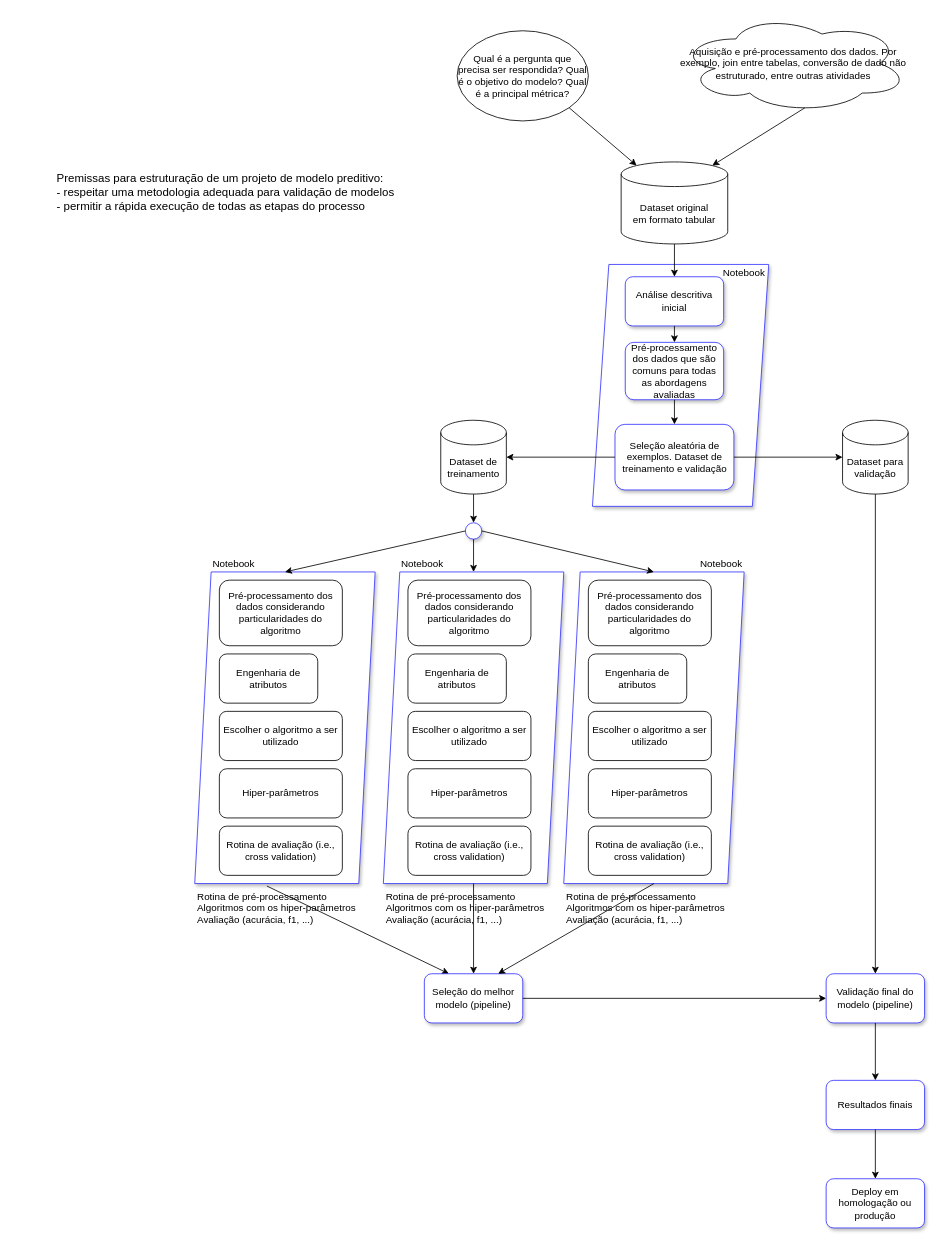
This is doc/process.drawio from fbarth/ml-course, a draw.io file, before an edit. Source tidied: cells renumbered, new cells numbered last; positions are measured from the earlier drawing's top-left corner, leaving out a move shared by most shapes. Both pictures are drawn from the tidied source at 82%, with x=0, y=0 at pixel (55, 14).
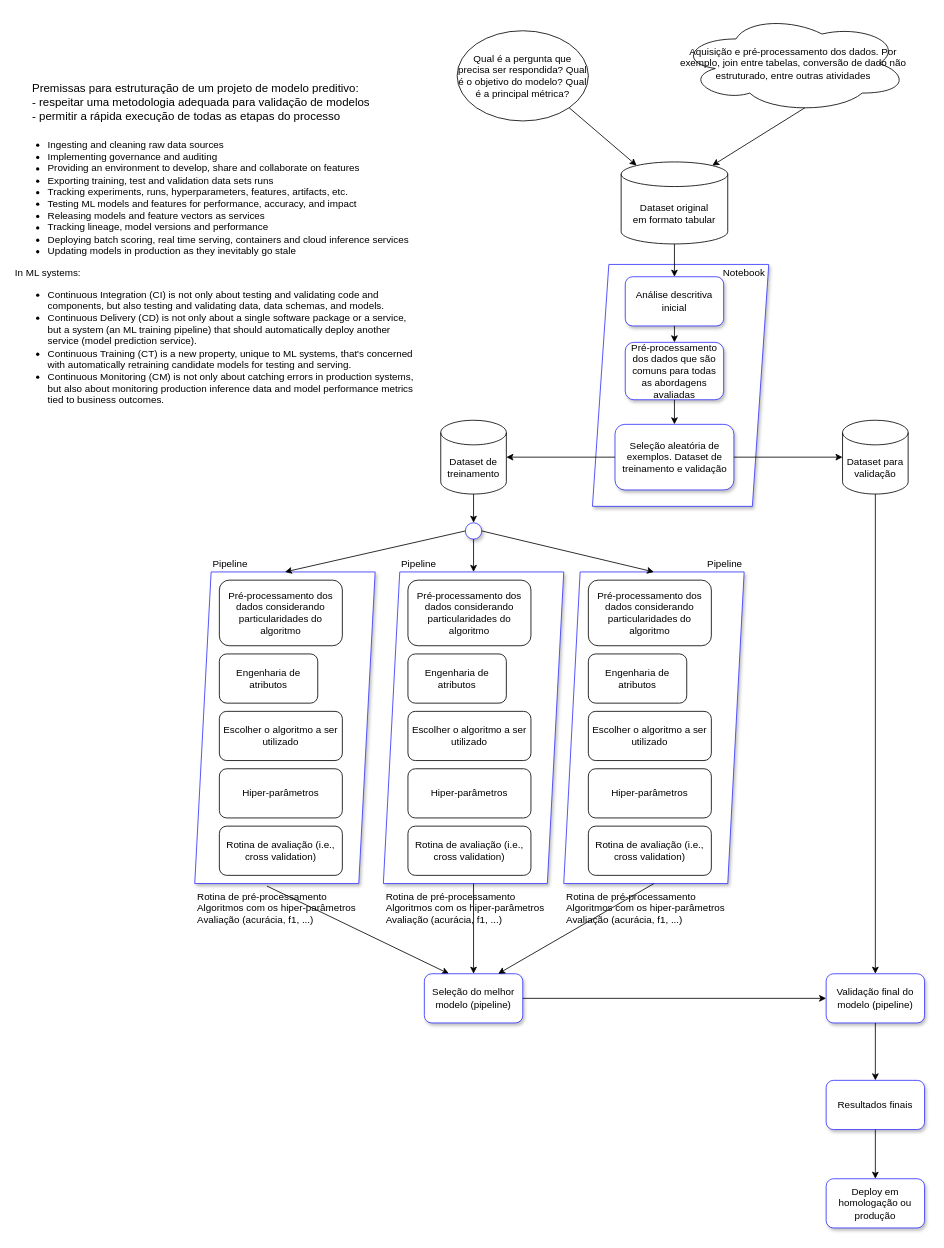
Above is the later version.

What changed in the source:
```diff
@@
     <mxCell id="16" value="&lt;font style=&quot;font-size: 14px&quot;&gt;&lt;br&gt;&lt;br&gt;&lt;br&gt;Premissas para estruturação de um projeto de modelo preditivo:&amp;nbsp;&lt;br&gt;- respeitar uma metodologia adequada para validação de modelos&lt;br&gt;- permitir a rápida execução de todas as etapas do processo&lt;br&gt;&lt;br&gt;&lt;/font&gt;" style="text;html=1;strokeColor=none;fillColor=none;align=left;verticalAlign=middle;whiteSpace=wrap;rounded=0;" parent="1" vertex="1">
-      <mxGeometry y="190" width="585" height="20" as="geometry" />
+      <mxGeometry x="-30" y="80" width="585" height="20" as="geometry" />
     </mxCell>
@@
-    <mxCell id="49" value="Notebook" style="text;html=1;strokeColor=none;fillColor=none;align=left;verticalAlign=middle;whiteSpace=wrap;rounded=0;shadow=1;" parent="1" vertex="1">
+    <mxCell id="49" value="Pipeline" style="text;html=1;strokeColor=none;fillColor=none;align=left;verticalAlign=middle;whiteSpace=wrap;rounded=0;shadow=1;" parent="1" vertex="1">
       <mxGeometry x="190" y="660" width="100" height="20" as="geometry" />
     </mxCell>
-    <mxCell id="50" value="Notebook" style="text;html=1;strokeColor=none;fillColor=none;align=left;verticalAlign=middle;whiteSpace=wrap;rounded=0;shadow=1;" parent="1" vertex="1">
+    <mxCell id="50" value="Pipeline" style="text;html=1;strokeColor=none;fillColor=none;align=left;verticalAlign=middle;whiteSpace=wrap;rounded=0;shadow=1;" parent="1" vertex="1">
       <mxGeometry x="420" y="660" width="100" height="20" as="geometry" />
     </mxCell>
-    <mxCell id="51" value="Notebook" style="text;html=1;strokeColor=none;fillColor=none;align=right;verticalAlign=middle;whiteSpace=wrap;rounded=0;shadow=1;" parent="1" vertex="1">
+    <mxCell id="51" value="Pipeline" style="text;html=1;strokeColor=none;fillColor=none;align=right;verticalAlign=middle;whiteSpace=wrap;rounded=0;shadow=1;" parent="1" vertex="1">
       <mxGeometry x="740" y="660" width="100" height="20" as="geometry" />
     </mxCell>
@@
+    <mxCell id="63" value="&lt;br&gt;&lt;ul class=&quot;ul1&quot;&gt;&lt;li class=&quot;li1&quot; style=&quot;text-align: left&quot;&gt;&lt;span class=&quot;s1&quot;&gt;&lt;/span&gt;Ingesting and cleaning raw data sources&lt;br&gt;&lt;/li&gt;&lt;li class=&quot;li1&quot; style=&quot;text-align: left&quot;&gt;&lt;span class=&quot;s1&quot;&gt;&lt;/span&gt;Implementing governance and auditing&lt;br&gt;&lt;/li&gt;&lt;li class=&quot;li1&quot; style=&quot;text-align: left&quot;&gt;&lt;span class=&quot;s1&quot;&gt;&lt;/span&gt;Providing an environment to develop, share and collaborate on features&lt;br&gt;&lt;/li&gt;&lt;li class=&quot;li1&quot; style=&quot;text-align: left&quot;&gt;&lt;span class=&quot;s1&quot;&gt;&lt;/span&gt;Exporting training, test and validation data sets runs&lt;br&gt;&lt;/li&gt;&lt;li class=&quot;li1&quot; style=&quot;text-align: left&quot;&gt;&lt;span class=&quot;s1&quot;&gt;&lt;/span&gt;Tracking experiments, runs, hyperparameters, features, artifacts, etc.&lt;br&gt;&lt;/li&gt;&lt;li class=&quot;li1&quot; style=&quot;text-align: left&quot;&gt;&lt;span class=&quot;s1&quot;&gt;&lt;/span&gt;Testing ML models and features for performance, accuracy, and impact&lt;br&gt;&lt;/li&gt;&lt;li class=&quot;li1&quot; style=&quot;text-align: left&quot;&gt;&lt;span class=&quot;s1&quot;&gt;&lt;/span&gt;Releasing models and feature vectors as services&lt;br&gt;&lt;/li&gt;&lt;li class=&quot;li1&quot; style=&quot;text-align: left&quot;&gt;&lt;span class=&quot;s1&quot;&gt;&lt;/span&gt;Tracking lineage, model versions and performance&lt;br&gt;&lt;/li&gt;&lt;li class=&quot;li1&quot;&gt;&lt;div style=&quot;text-align: left&quot;&gt;&lt;span&gt;Deploying batch scoring, real time serving, containers and cloud inference services&lt;/span&gt;&lt;/div&gt;&lt;/li&gt;&lt;li class=&quot;li1&quot; style=&quot;text-align: left&quot;&gt;&lt;span class=&quot;s1&quot;&gt;&lt;/span&gt;Updating models in production as they inevitably go stale&lt;/li&gt;&lt;/ul&gt;&lt;p class=&quot;p1&quot; style=&quot;text-align: left&quot;&gt;In ML systems:&lt;/p&gt;&lt;ul class=&quot;ul1&quot;&gt;&lt;li class=&quot;li1&quot;&gt;&lt;div style=&quot;text-align: left&quot;&gt;&lt;span&gt;Continuous Integration (CI) is not only about testing and validating code and components, but also testing and validating data, data schemas, and models.&lt;/span&gt;&lt;/div&gt;&lt;span class=&quot;s1&quot;&gt;&lt;/span&gt;&lt;/li&gt;&lt;li class=&quot;li1&quot;&gt;&lt;div style=&quot;text-align: left&quot;&gt;&lt;span style=&quot;text-align: center&quot;&gt;Continuous Delivery (CD) is not only about a single software package or a service, but a system (an ML training pipeline) that should automatically deploy another service (model prediction service).&lt;/span&gt;&lt;/div&gt;&lt;/li&gt;&lt;li class=&quot;li1&quot;&gt;&lt;div style=&quot;text-align: left&quot;&gt;&lt;span style=&quot;text-align: center&quot;&gt;Continuous Training (CT) is a new property, unique to ML systems, that's concerned with automatically retraining candidate models for testing and serving.&lt;/span&gt;&lt;/div&gt;&lt;/li&gt;&lt;li class=&quot;li1&quot;&gt;&lt;div style=&quot;text-align: left&quot;&gt;&lt;span style=&quot;text-align: center&quot;&gt;Continuous Monitoring (CM) is not only about catching errors in production systems, but also about monitoring production inference data and model performance metrics tied to business outcomes.&lt;/span&gt;&lt;/div&gt;&lt;/li&gt;&lt;br&gt;&lt;/ul&gt;" style="text;html=1;strokeColor=none;fillColor=none;align=center;verticalAlign=middle;whiteSpace=wrap;rounded=0;" parent="1" vertex="1">
+      <mxGeometry x="-50" y="145" width="490" height="340" as="geometry" />
+    </mxCell>
```
